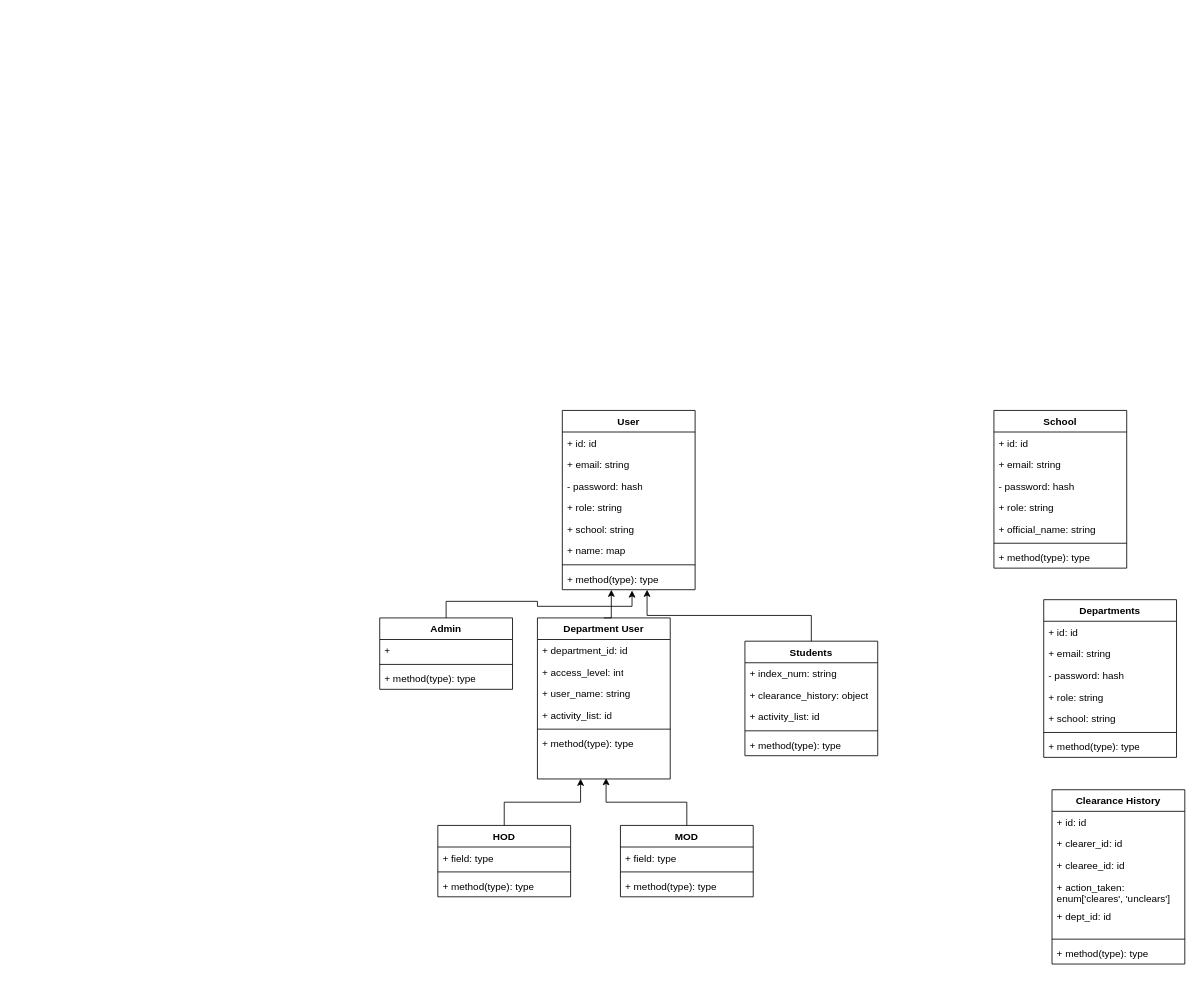
Earlier version of the draw.io diagram page "class diagramsssss" (2 of 2) of clearappuml.drawio (Reneboa-ITS/diagrams). Source tidied: cells renumbered, new cells numbered last; positions are measured from the earlier drawing's top-left corner, leaving out a move shared by most shapes. Both pictures are drawn from the tidied source at 83%, with x=0, y=0 at pixel (379, 410).
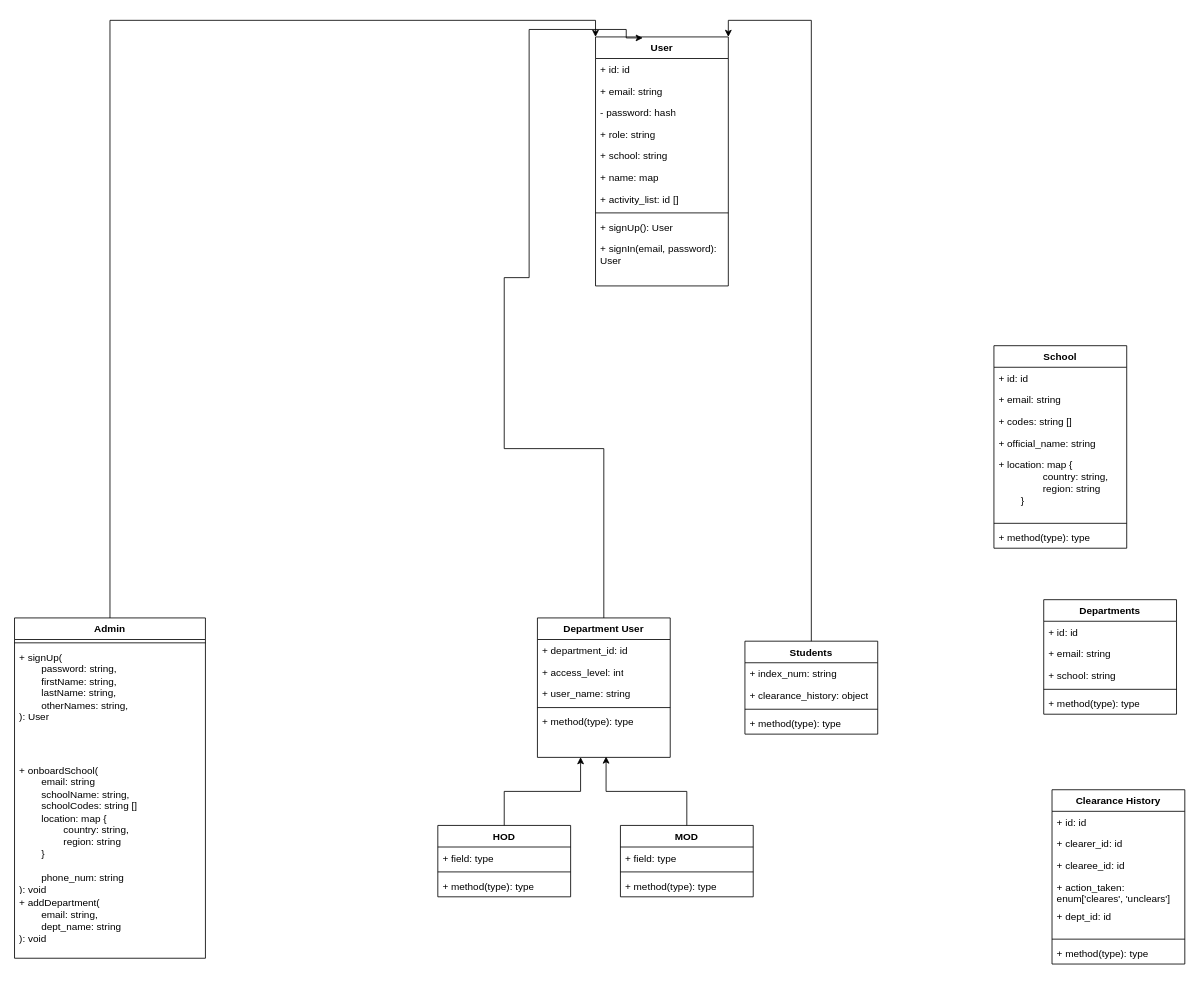
After the change.

The edit, as a diff of the source:
```diff
@@
     <mxCell id="2" value="User" style="swimlane;fontStyle=1;align=center;verticalAlign=top;horizontal=1;startSize=26;whiteSpace=wrap;html=1;" parent="1" vertex="1">
-      <mxGeometry x="220" width="160" height="216" as="geometry" />
+      <mxGeometry x="260" y="-450" width="160" height="300" as="geometry" />
     </mxCell>
@@
+    <mxCell id="65" value="+ activity_list: id []" style="text;strokeColor=none;fillColor=none;align=left;verticalAlign=top;spacingLeft=4;spacingRight=4;overflow=hidden;whiteSpace=wrap;html=1;" parent="2" vertex="1">
+      <mxGeometry y="182" width="160" height="26" as="geometry" />
+    </mxCell>
     <mxCell id="9" style="line;strokeWidth=1;fillColor=none;align=left;verticalAlign=middle;spacingTop=-1;spacingLeft=3;spacingRight=3;labelPosition=right;strokeColor=inherit;" parent="2" vertex="1">
-      <mxGeometry y="182" width="160" height="8" as="geometry" />
+      <mxGeometry y="208" width="160" height="8" as="geometry" />
     </mxCell>
-    <mxCell id="10" value="+ method(type): type" style="text;strokeColor=none;fillColor=none;align=left;verticalAlign=top;spacingLeft=4;spacingRight=4;overflow=hidden;points=[[0,0.5],[1,0.5]];portConstraint=eastwest;whiteSpace=wrap;html=1;" parent="2" vertex="1">
-      <mxGeometry y="190" width="160" height="26" as="geometry" />
+    <mxCell id="10" value="+ signUp(): User" style="text;strokeColor=none;fillColor=none;align=left;verticalAlign=top;spacingLeft=4;spacingRight=4;overflow=hidden;points=[[0,0.5],[1,0.5]];portConstraint=eastwest;whiteSpace=wrap;html=1;" parent="2" vertex="1">
+      <mxGeometry y="216" width="160" height="26" as="geometry" />
     </mxCell>
+    <mxCell id="66" value="+ signIn(email, password): User" style="text;strokeColor=none;fillColor=none;align=left;verticalAlign=top;spacingLeft=4;spacingRight=4;overflow=hidden;whiteSpace=wrap;html=1;" parent="2" vertex="1">
+      <mxGeometry y="242" width="160" height="58" as="geometry" />
+    </mxCell>
     <mxCell id="11" value="Admin" style="swimlane;fontStyle=1;align=center;verticalAlign=top;horizontal=1;startSize=26;whiteSpace=wrap;html=1;" parent="1" vertex="1">
-      <mxGeometry y="250" width="160" height="86" as="geometry" />
+      <mxGeometry x="-440" y="250" width="230" height="410" as="geometry" />
     </mxCell>
-    <mxCell id="12" value="+&amp;nbsp;" style="text;strokeColor=none;fillColor=none;align=left;verticalAlign=top;spacingLeft=4;spacingRight=4;overflow=hidden;whiteSpace=wrap;html=1;" parent="11" vertex="1">
-      <mxGeometry y="26" width="160" height="26" as="geometry" />
-    </mxCell>
     <mxCell id="13" style="line;strokeWidth=1;fillColor=none;align=left;verticalAlign=middle;spacingTop=-1;spacingLeft=3;spacingRight=3;labelPosition=right;strokeColor=inherit;" parent="11" vertex="1">
-      <mxGeometry y="52" width="160" height="8" as="geometry" />
+      <mxGeometry y="26" width="230" height="8" as="geometry" />
     </mxCell>
-    <mxCell id="14" value="+ method(type): type" style="text;strokeColor=none;fillColor=none;align=left;verticalAlign=top;spacingLeft=4;spacingRight=4;overflow=hidden;whiteSpace=wrap;html=1;" parent="11" vertex="1">
-      <mxGeometry y="60" width="160" height="26" as="geometry" />
+    <mxCell id="14" value="+ signUp(&amp;nbsp;&lt;span style=&quot;background-color: initial;&quot;&gt;&amp;nbsp;&lt;/span&gt;&lt;div&gt;&lt;div&gt;&lt;span style=&quot;white-space: pre;&quot;&gt;&#9;&lt;/span&gt;password: string,&lt;div&gt;&amp;nbsp;&lt;span style=&quot;white-space: pre;&quot;&gt;&#9;&lt;/span&gt;firstName: string,&amp;nbsp;&lt;/div&gt;&lt;div&gt;&lt;span style=&quot;white-space: pre;&quot;&gt;&#9;&lt;/span&gt;lastName: string,&lt;/div&gt;&lt;div&gt;&amp;nbsp;&lt;span style=&quot;white-space: pre;&quot;&gt;&#9;&lt;/span&gt;otherNames: string,&amp;nbsp;&lt;/div&gt;&lt;div&gt;): User&lt;/div&gt;&lt;/div&gt;&lt;/div&gt;" style="text;strokeColor=none;fillColor=none;align=left;verticalAlign=top;spacingLeft=4;spacingRight=4;overflow=hidden;whiteSpace=wrap;html=1;" parent="11" vertex="1">
+      <mxGeometry y="34" width="230" height="136" as="geometry" />
     </mxCell>
+    <mxCell id="67" value="+ onboardSchool(&amp;nbsp;&lt;div&gt;&lt;span style=&quot;white-space: pre;&quot;&gt;&#9;&lt;/span&gt;email: string&lt;br&gt;&lt;div&gt;&lt;div&gt;&lt;div&gt;&amp;nbsp;&lt;span style=&quot;white-space: pre;&quot;&gt;&#9;&lt;/span&gt;schoolName: string,&amp;nbsp;&lt;/div&gt;&lt;div&gt;&lt;span style=&quot;white-space: pre;&quot;&gt;&#9;&lt;/span&gt;schoolCodes: string []&lt;/div&gt;&lt;div&gt;&lt;span style=&quot;white-space: pre;&quot;&gt;&#9;&lt;/span&gt;location: map {&lt;/div&gt;&lt;div&gt;&lt;span style=&quot;white-space: pre;&quot;&gt;&#9;&lt;span style=&quot;white-space: pre;&quot;&gt;&#9;&lt;/span&gt;c&lt;/span&gt;ountry: string,&lt;/div&gt;&lt;div&gt;&lt;span style=&quot;white-space: pre;&quot;&gt;&#9;&lt;/span&gt;&lt;span style=&quot;white-space: pre;&quot;&gt;&#9;&lt;/span&gt;region: string&lt;br&gt;&lt;/div&gt;&lt;div&gt;&lt;span style=&quot;white-space: pre;&quot;&gt;&#9;&lt;/span&gt;}&lt;br&gt;&lt;/div&gt;&lt;div&gt;&amp;nbsp;&lt;span style=&quot;white-space: pre;&quot;&gt;&#9;&lt;/span&gt;&lt;/div&gt;&lt;div&gt;&lt;span style=&quot;white-space: pre;&quot;&gt;&#9;&lt;/span&gt;phone_num: string&amp;nbsp;&lt;/div&gt;&lt;div&gt;): void&lt;/div&gt;&lt;/div&gt;&lt;/div&gt;&lt;/div&gt;" style="text;strokeColor=none;fillColor=none;align=left;verticalAlign=top;spacingLeft=4;spacingRight=4;overflow=hidden;whiteSpace=wrap;html=1;" parent="11" vertex="1">
+      <mxGeometry y="170" width="230" height="160" as="geometry" />
+    </mxCell>
+    <mxCell id="68" value="+ addDepartment(&amp;nbsp;&lt;div&gt;&lt;div&gt;&amp;nbsp;&lt;span style=&quot;white-space: pre;&quot;&gt;&#9;&lt;/span&gt;email: string,&amp;nbsp;&lt;/div&gt;&lt;div&gt;&lt;span style=&quot;white-space: pre;&quot;&gt;&#9;&lt;/span&gt;dept_name: string&lt;/div&gt;&lt;div&gt;): void&lt;/div&gt;&lt;/div&gt;" style="text;strokeColor=none;fillColor=none;align=left;verticalAlign=top;spacingLeft=4;spacingRight=4;overflow=hidden;whiteSpace=wrap;html=1;" parent="11" vertex="1">
+      <mxGeometry y="330" width="230" height="80" as="geometry" />
+    </mxCell>
-    <mxCell id="15" style="edgeStyle=orthogonalEdgeStyle;rounded=0;jettySize=auto;html=1;exitX=0.5;exitY=0;exitDx=0;exitDy=0;entryX=0.525;entryY=1.038;entryDx=0;entryDy=0;entryPerimeter=0;" parent="1" edge="1" source="11" target="10">
+    <mxCell id="15" style="edgeStyle=orthogonalEdgeStyle;rounded=0;jettySize=auto;html=1;exitX=0.5;exitY=0;exitDx=0;exitDy=0;entryX=0;entryY=0;entryDx=0;entryDy=0;" parent="1" edge="1" source="11" target="2">
       <mxGeometry relative="1" as="geometry" />
     </mxCell>
     <mxCell id="16" value="Department User" style="swimlane;fontStyle=1;align=center;verticalAlign=top;horizontal=1;startSize=26;whiteSpace=wrap;html=1;" parent="1" vertex="1">
-      <mxGeometry x="190" y="250" width="160" height="194" as="geometry" />
+      <mxGeometry x="190" y="250" width="160" height="168" as="geometry" />
     </mxCell>
@@
-    <mxCell id="20" value="+ activity_list: id" style="text;strokeColor=none;fillColor=none;align=left;verticalAlign=top;spacingLeft=4;spacingRight=4;overflow=hidden;whiteSpace=wrap;html=1;" parent="16" vertex="1">
-      <mxGeometry y="104" width="160" height="26" as="geometry" />
-    </mxCell>
     <mxCell id="21" style="line;strokeWidth=1;fillColor=none;align=left;verticalAlign=middle;spacingTop=-1;spacingLeft=3;spacingRight=3;labelPosition=right;strokeColor=inherit;" parent="16" vertex="1">
-      <mxGeometry y="130" width="160" height="8" as="geometry" />
+      <mxGeometry y="104" width="160" height="8" as="geometry" />
     </mxCell>
     <mxCell id="22" value="+ method(type): type" style="text;strokeColor=none;fillColor=none;align=left;verticalAlign=top;spacingLeft=4;spacingRight=4;overflow=hidden;points=[[0,0.5],[1,0.5]];portConstraint=eastwest;whiteSpace=wrap;html=1;" parent="16" vertex="1">
-      <mxGeometry y="138" width="160" height="56" as="geometry" />
+      <mxGeometry y="112" width="160" height="56" as="geometry" />
     </mxCell>
     <mxCell id="23" value="Students" style="swimlane;fontStyle=1;align=center;verticalAlign=top;horizontal=1;startSize=26;whiteSpace=wrap;html=1;" parent="1" vertex="1">
-      <mxGeometry x="440" y="278" width="160" height="138" as="geometry" />
+      <mxGeometry x="440" y="278" width="160" height="112" as="geometry" />
     </mxCell>
@@
-    <mxCell id="26" value="+ activity_list: id" style="text;strokeColor=none;fillColor=none;align=left;verticalAlign=top;spacingLeft=4;spacingRight=4;overflow=hidden;whiteSpace=wrap;html=1;" parent="23" vertex="1">
-      <mxGeometry y="78" width="160" height="26" as="geometry" />
-    </mxCell>
     <mxCell id="27" style="line;strokeWidth=1;fillColor=none;align=left;verticalAlign=middle;spacingTop=-1;spacingLeft=3;spacingRight=3;labelPosition=right;strokeColor=inherit;" parent="23" vertex="1">
-      <mxGeometry y="104" width="160" height="8" as="geometry" />
+      <mxGeometry y="78" width="160" height="8" as="geometry" />
     </mxCell>
     <mxCell id="28" value="+ method(type): type" style="text;strokeColor=none;fillColor=none;align=left;verticalAlign=top;spacingLeft=4;spacingRight=4;overflow=hidden;whiteSpace=wrap;html=1;" parent="23" vertex="1">
-      <mxGeometry y="112" width="160" height="26" as="geometry" />
+      <mxGeometry y="86" width="160" height="26" as="geometry" />
     </mxCell>
-    <mxCell id="29" style="edgeStyle=orthogonalEdgeStyle;rounded=0;jettySize=auto;html=1;exitX=0.5;exitY=0;exitDx=0;exitDy=0;entryX=0.638;entryY=1;entryDx=0;entryDy=0;entryPerimeter=0;" parent="1" edge="1" source="23" target="10">
+    <mxCell id="29" style="edgeStyle=orthogonalEdgeStyle;rounded=0;jettySize=auto;html=1;exitX=0.5;exitY=0;exitDx=0;exitDy=0;entryX=1;entryY=0;entryDx=0;entryDy=0;" parent="1" edge="1" source="23" target="2">
       <mxGeometry relative="1" as="geometry" />
     </mxCell>
-    <mxCell id="30" style="edgeStyle=orthogonalEdgeStyle;rounded=0;jettySize=auto;html=1;exitX=0.5;exitY=0;exitDx=0;exitDy=0;entryX=0.369;entryY=1;entryDx=0;entryDy=0;entryPerimeter=0;" parent="1" edge="1" source="16" target="10">
-      <mxGeometry relative="1" as="geometry" />
+    <mxCell id="30" style="edgeStyle=orthogonalEdgeStyle;rounded=0;jettySize=auto;html=1;exitX=0.5;exitY=0;exitDx=0;exitDy=0;entryX=0.356;entryY=0.004;entryDx=0;entryDy=0;entryPerimeter=0;" parent="1" edge="1" source="16" target="2">
+      <mxGeometry relative="1" as="geometry">
+        <Array as="points">
+          <mxPoint x="270" y="46" />
+          <mxPoint x="150" y="46" />
+          <mxPoint x="150" y="-160" />
+          <mxPoint x="180" y="-160" />
+          <mxPoint x="180" y="-459" />
+          <mxPoint x="297" y="-459" />
+        </Array>
+      </mxGeometry>
     </mxCell>
     <mxCell id="31" value="School" style="swimlane;fontStyle=1;align=center;verticalAlign=top;horizontal=1;startSize=26;whiteSpace=wrap;html=1;" parent="1" vertex="1">
-      <mxGeometry x="740" width="160" height="190" as="geometry" />
+      <mxGeometry x="740" y="-78" width="160" height="244" as="geometry" />
     </mxCell>
@@
-    <mxCell id="34" value="- password: hash&lt;div&gt;&lt;br&gt;&lt;/div&gt;" style="text;strokeColor=none;fillColor=none;align=left;verticalAlign=top;spacingLeft=4;spacingRight=4;overflow=hidden;whiteSpace=wrap;html=1;" parent="31" vertex="1">
-      <mxGeometry y="78" width="160" height="26" as="geometry" />
-    </mxCell>
-    <mxCell id="35" value="+ role: string" style="text;strokeColor=none;fillColor=none;align=left;verticalAlign=top;spacingLeft=4;spacingRight=4;overflow=hidden;whiteSpace=wrap;html=1;" parent="31" vertex="1">
-      <mxGeometry y="104" width="160" height="26" as="geometry" />
+    <mxCell id="35" value="+ codes: string []" style="text;strokeColor=none;fillColor=none;align=left;verticalAlign=top;spacingLeft=4;spacingRight=4;overflow=hidden;whiteSpace=wrap;html=1;" parent="31" vertex="1">
+      <mxGeometry y="78" width="160" height="26" as="geometry" />
     </mxCell>
     <mxCell id="36" value="+ official_name: string" style="text;strokeColor=none;fillColor=none;align=left;verticalAlign=top;spacingLeft=4;spacingRight=4;overflow=hidden;whiteSpace=wrap;html=1;" parent="31" vertex="1">
-      <mxGeometry y="130" width="160" height="26" as="geometry" />
+      <mxGeometry y="104" width="160" height="26" as="geometry" />
     </mxCell>
+    <mxCell id="69" value="&lt;div&gt;+ location: map {&lt;/div&gt;&lt;div&gt;&lt;span style=&quot;white-space: pre;&quot;&gt;&#9;&lt;span style=&quot;white-space: pre;&quot;&gt;&#9;&lt;/span&gt;c&lt;/span&gt;ountry: string,&lt;/div&gt;&lt;div&gt;&lt;span style=&quot;white-space: pre;&quot;&gt;&#9;&lt;/span&gt;&lt;span style=&quot;white-space: pre;&quot;&gt;&#9;&lt;/span&gt;region: string&lt;br&gt;&lt;/div&gt;&lt;div&gt;&lt;span style=&quot;white-space: pre;&quot;&gt;&#9;&lt;/span&gt;}&lt;br&gt;&lt;/div&gt;&lt;div&gt;&lt;br&gt;&lt;/div&gt;" style="text;strokeColor=none;fillColor=none;align=left;verticalAlign=top;spacingLeft=4;spacingRight=4;overflow=hidden;whiteSpace=wrap;html=1;" parent="31" vertex="1">
+      <mxGeometry y="130" width="160" height="80" as="geometry" />
+    </mxCell>
     <mxCell id="37" style="line;strokeWidth=1;fillColor=none;align=left;verticalAlign=middle;spacingTop=-1;spacingLeft=3;spacingRight=3;labelPosition=right;strokeColor=inherit;" parent="31" vertex="1">
-      <mxGeometry y="156" width="160" height="8" as="geometry" />
+      <mxGeometry y="210" width="160" height="8" as="geometry" />
     </mxCell>
     <mxCell id="38" value="+ method(type): type" style="text;strokeColor=none;fillColor=none;align=left;verticalAlign=top;spacingLeft=4;spacingRight=4;overflow=hidden;whiteSpace=wrap;html=1;" parent="31" vertex="1">
-      <mxGeometry y="164" width="160" height="26" as="geometry" />
+      <mxGeometry y="218" width="160" height="26" as="geometry" />
     </mxCell>
     <mxCell id="39" value="Departments" style="swimlane;fontStyle=1;align=center;verticalAlign=top;horizontal=1;startSize=26;whiteSpace=wrap;html=1;" parent="1" vertex="1">
-      <mxGeometry x="800" y="228" width="160" height="190" as="geometry" />
+      <mxGeometry x="800" y="228" width="160" height="138" as="geometry" />
     </mxCell>
@@
-    <mxCell id="42" value="- password: hash&lt;div&gt;&lt;br&gt;&lt;/div&gt;" style="text;strokeColor=none;fillColor=none;align=left;verticalAlign=top;spacingLeft=4;spacingRight=4;overflow=hidden;whiteSpace=wrap;html=1;" parent="39" vertex="1">
-      <mxGeometry y="78" width="160" height="26" as="geometry" />
-    </mxCell>
-    <mxCell id="43" value="+ role: string" style="text;strokeColor=none;fillColor=none;align=left;verticalAlign=top;spacingLeft=4;spacingRight=4;overflow=hidden;whiteSpace=wrap;html=1;" parent="39" vertex="1">
-      <mxGeometry y="104" width="160" height="26" as="geometry" />
-    </mxCell>
     <mxCell id="44" value="+ school: string" style="text;strokeColor=none;fillColor=none;align=left;verticalAlign=top;spacingLeft=4;spacingRight=4;overflow=hidden;whiteSpace=wrap;html=1;" parent="39" vertex="1">
-      <mxGeometry y="130" width="160" height="26" as="geometry" />
+      <mxGeometry y="78" width="160" height="26" as="geometry" />
     </mxCell>
     <mxCell id="45" style="line;strokeWidth=1;fillColor=none;align=left;verticalAlign=middle;spacingTop=-1;spacingLeft=3;spacingRight=3;labelPosition=right;strokeColor=inherit;" parent="39" vertex="1">
-      <mxGeometry y="156" width="160" height="8" as="geometry" />
+      <mxGeometry y="104" width="160" height="8" as="geometry" />
     </mxCell>
     <mxCell id="46" value="+ method(type): type" style="text;strokeColor=none;fillColor=none;align=left;verticalAlign=top;spacingLeft=4;spacingRight=4;overflow=hidden;whiteSpace=wrap;html=1;" parent="39" vertex="1">
-      <mxGeometry y="164" width="160" height="26" as="geometry" />
+      <mxGeometry y="112" width="160" height="26" as="geometry" />
     </mxCell>
```
